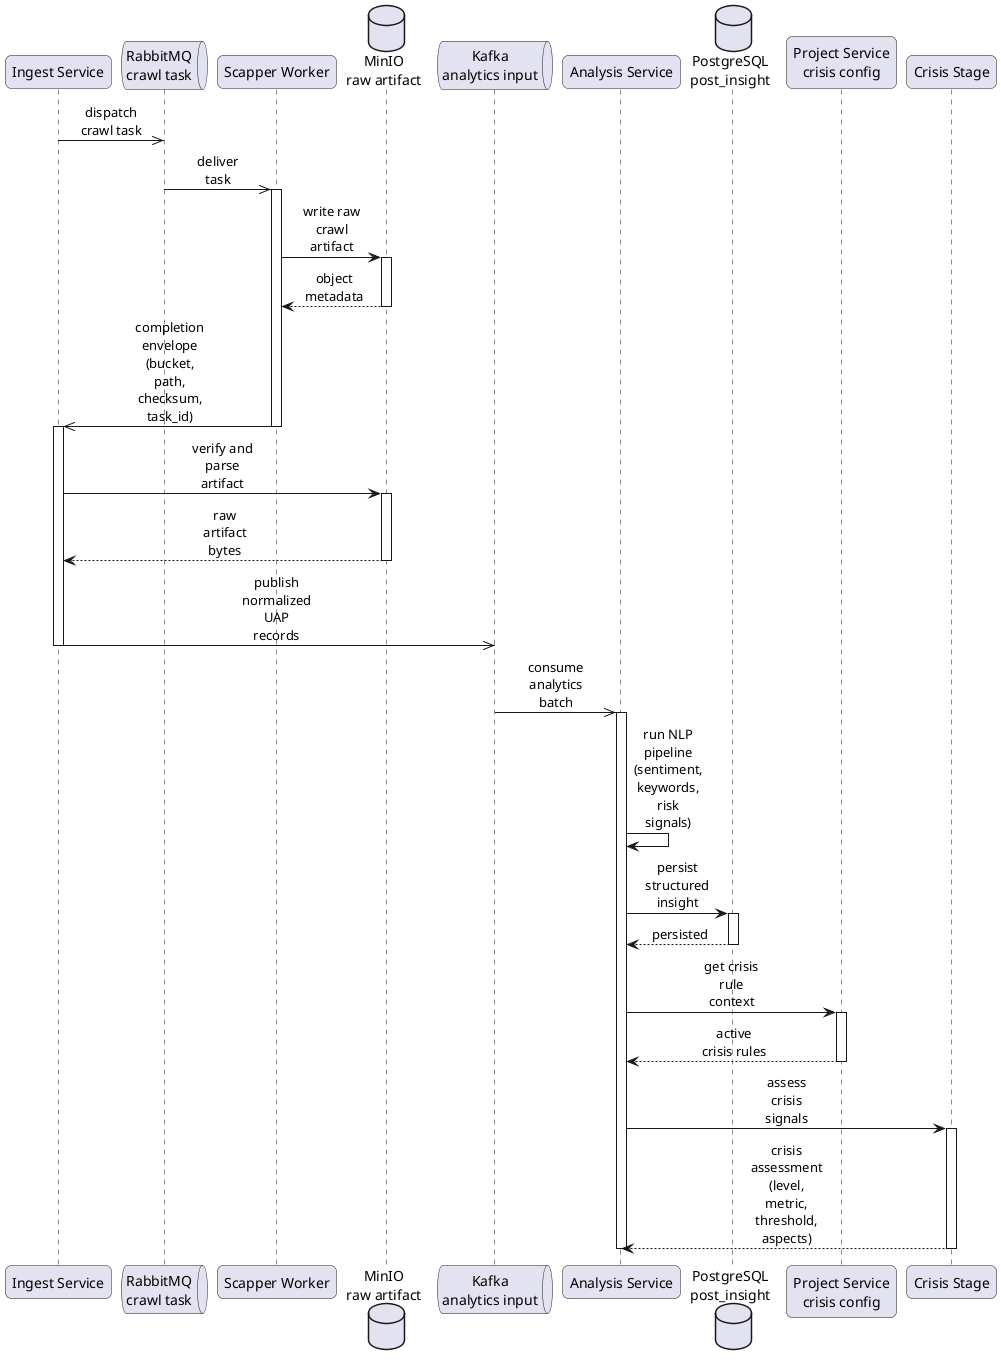
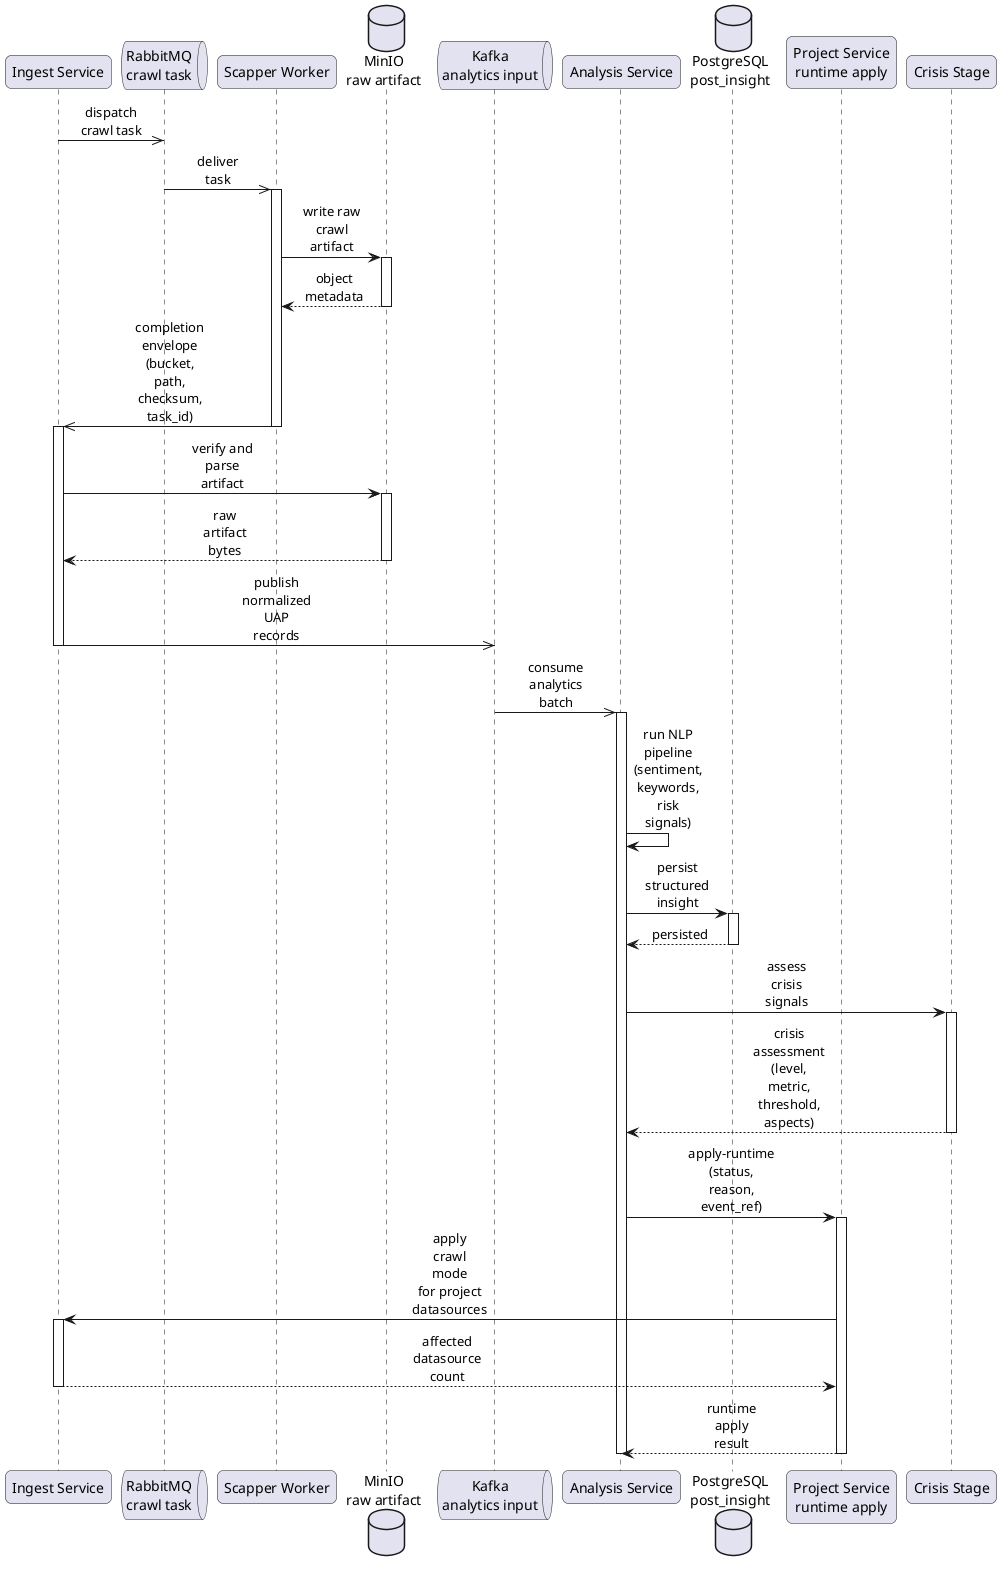
@startuml
skinparam defaultFontName Arial
skinparam shadowing false
skinparam sequenceMessageAlign center
skinparam responseMessageBelowArrow true
skinparam maxMessageSize 68
skinparam roundcorner 12

participant "Ingest Service" as IngestService
queue "RabbitMQ\ncrawl task" as RabbitMQ
participant "Scapper Worker" as ScapperWorker
database "MinIO\nraw artifact" as MinIO
queue "Kafka\nanalytics input" as AnalyticsInput
participant "Analysis Service" as AnalysisService
database "PostgreSQL\npost_insight" as PostInsight
- participant "Project Service\ncrisis config" as ProjectService
+ participant "Project Service\nruntime apply" as ProjectService
participant "Crisis Stage" as CrisisStage

IngestService ->> RabbitMQ : dispatch crawl task
RabbitMQ ->> ScapperWorker : deliver task
activate ScapperWorker
ScapperWorker -> MinIO : write raw crawl artifact
activate MinIO
MinIO --> ScapperWorker : object metadata
deactivate MinIO
ScapperWorker ->> IngestService : completion envelope\n(bucket, path, checksum, task_id)
deactivate ScapperWorker

activate IngestService
IngestService -> MinIO : verify and parse artifact
activate MinIO
MinIO --> IngestService : raw artifact bytes
deactivate MinIO
IngestService ->> AnalyticsInput : publish normalized UAP records
deactivate IngestService

AnalyticsInput ->> AnalysisService : consume analytics batch
activate AnalysisService
AnalysisService -> AnalysisService : run NLP pipeline\n(sentiment, keywords, risk signals)
AnalysisService -> PostInsight : persist structured insight
activate PostInsight
PostInsight --> AnalysisService : persisted
deactivate PostInsight
- AnalysisService -> ProjectService : get crisis rule context
- activate ProjectService
- ProjectService --> AnalysisService : active crisis rules
- deactivate ProjectService
AnalysisService -> CrisisStage : assess crisis signals
activate CrisisStage
CrisisStage --> AnalysisService : crisis assessment\n(level, metric, threshold, aspects)
deactivate CrisisStage
+ AnalysisService -> ProjectService : apply-runtime\n(status, reason, event_ref)
+ activate ProjectService
+ ProjectService -> IngestService : apply crawl mode\nfor project datasources
+ activate IngestService
+ IngestService --> ProjectService : affected datasource count
+ deactivate IngestService
+ ProjectService --> AnalysisService : runtime apply result
+ deactivate ProjectService
deactivate AnalysisService
@enduml
